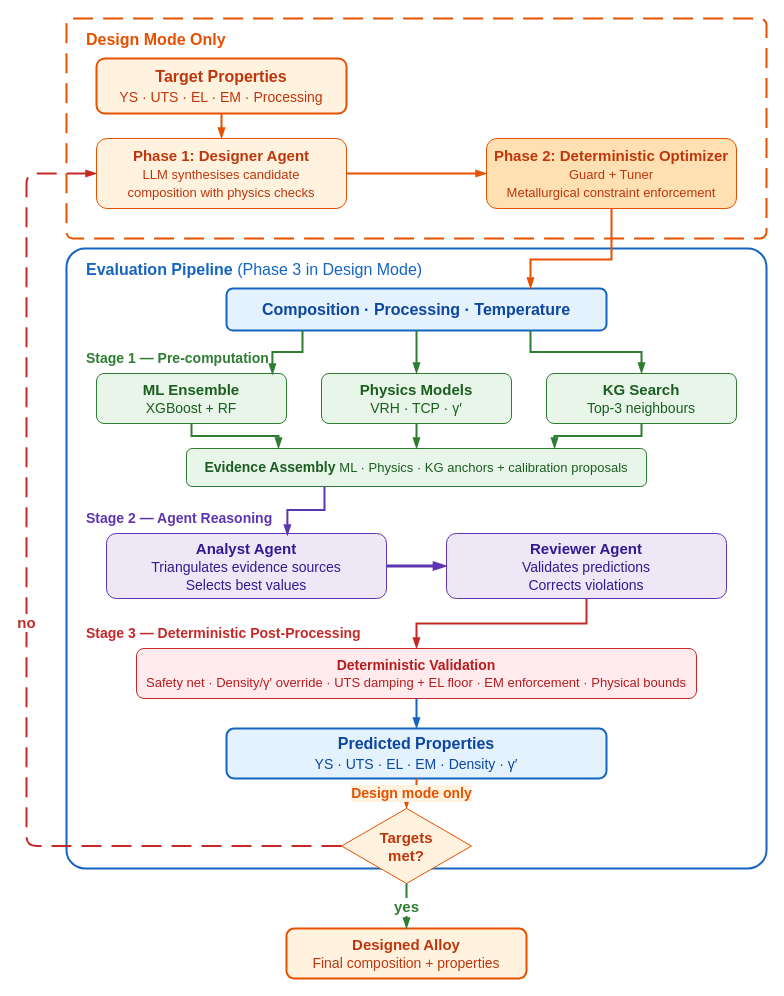
Above: docs/paper/figures/fig3_evaluation_pipeline.drawio in AlexLecu/AlloyGraph (draw.io), before the change. Source tidied: cells renumbered, new cells numbered last; positions are measured from the earlier drawing's top-left corner, leaving out a move shared by most shapes. Both pictures are drawn from the tidied source at 100%, with x=0, y=0 at pixel (26, 18).
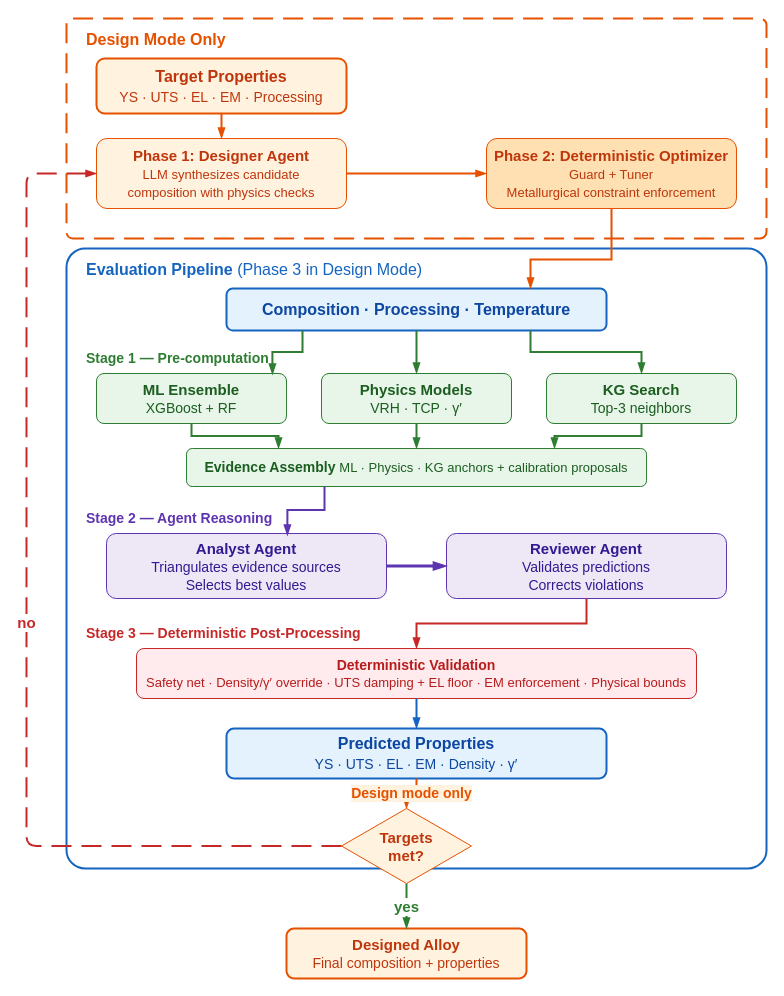
The same diagram, later.

Commit message (it also covers changes not shown here):
docs: paper figures, graphical abstract, manuscript number check

Diff of the diagram source:
```diff
@@
-    <mxCell id="7" value="&lt;b&gt;Phase 1: Designer Agent&lt;/b&gt;&lt;br&gt;&lt;font style='font-size:13px'&gt;LLM synthesises candidate&lt;br&gt;composition with physics checks&lt;/font&gt;" style="rounded=1;whiteSpace=wrap;html=1;fillColor=#FFF3E0;strokeColor=#E65100;fontColor=#BF360C;fontSize=15;" parent="1" vertex="1">
+    <mxCell id="7" value="&lt;b&gt;Phase 1: Designer Agent&lt;/b&gt;&lt;br&gt;&lt;font style='font-size:13px'&gt;LLM synthesizes candidate&lt;br&gt;composition with physics checks&lt;/font&gt;" style="rounded=1;whiteSpace=wrap;html=1;fillColor=#FFF3E0;strokeColor=#E65100;fontColor=#BF360C;fontSize=15;" parent="1" vertex="1">
       <mxGeometry x="70" y="120" width="250" height="70" as="geometry" />
     </mxCell>
@@
-    <mxCell id="13" value="&lt;b&gt;KG Search&lt;/b&gt;&lt;br&gt;&lt;font style='font-size:14px'&gt;Top-3 neighbours&lt;/font&gt;" style="rounded=1;whiteSpace=wrap;html=1;fillColor=#E8F5E9;strokeColor=#2E7D32;fontColor=#1B5E20;fontSize=15;" parent="1" vertex="1">
+    <mxCell id="13" value="&lt;b&gt;KG Search&lt;/b&gt;&lt;br&gt;&lt;font style='font-size:14px'&gt;Top-3 neighbors&lt;/font&gt;" style="rounded=1;whiteSpace=wrap;html=1;fillColor=#E8F5E9;strokeColor=#2E7D32;fontColor=#1B5E20;fontSize=15;" parent="1" vertex="1">
       <mxGeometry x="520" y="355" width="190" height="50" as="geometry" />
     </mxCell>
```
